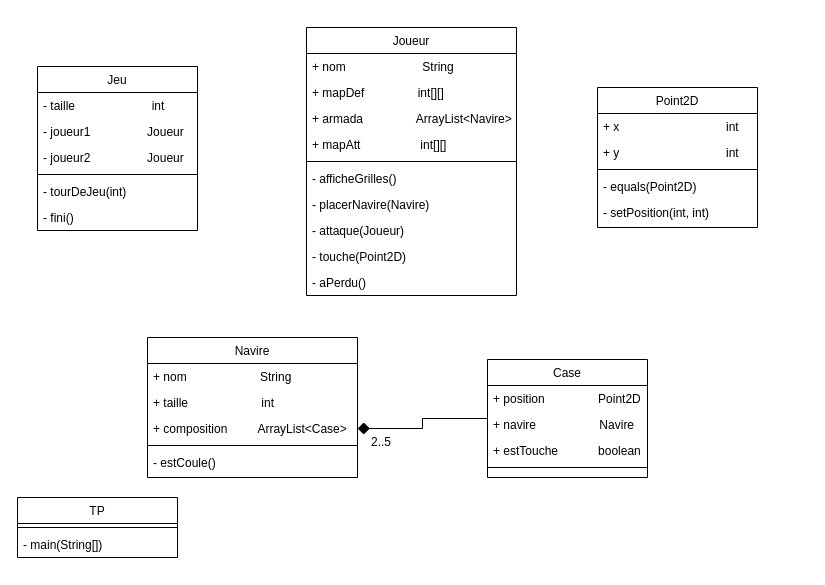
This is ClassDiagram.drawio from ECN-info-MEDEV/tp-note-ds_vianney_maxence, a draw.io file, before an edit. Source tidied: cells renumbered, new cells numbered last; positions are measured from the earlier drawing's top-left corner, leaving out a move shared by most shapes. Both pictures are drawn from the tidied source at 100%, with x=0, y=0 at pixel (17, 27).
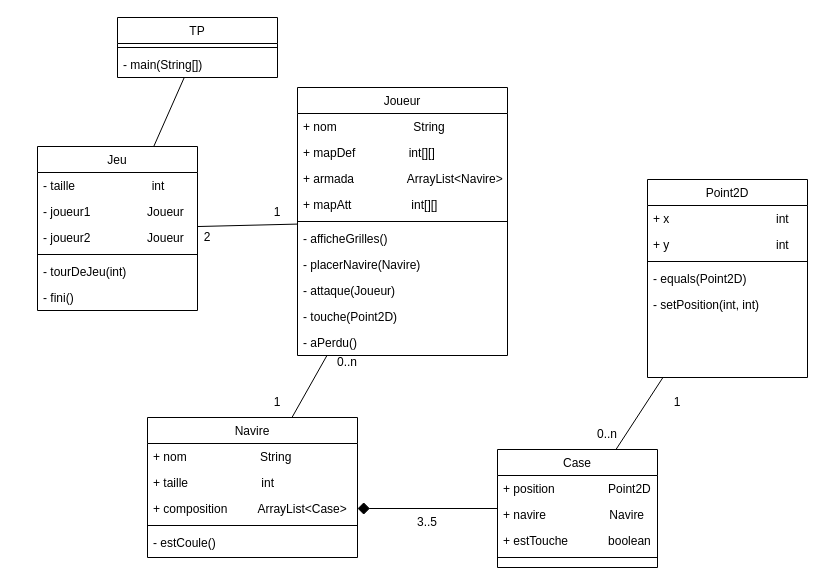
The same diagram, later.

Change to the diagram source:
```diff
@@
     <mxCell id="2" value="Jeu" style="swimlane;fontStyle=0;align=center;verticalAlign=top;horizontal=1;startSize=26;rounded=0;shadow=0;strokeWidth=1;" parent="1" vertex="1">
-      <mxGeometry x="20" y="39" width="160" height="164" as="geometry" />
+      <mxGeometry x="20" y="119" width="160" height="164" as="geometry" />
     </mxCell>
@@
     <mxCell id="9" value="Navire" style="swimlane;fontStyle=0;align=center;verticalAlign=top;horizontal=1;startSize=26;rounded=0;shadow=0;strokeWidth=1;" parent="1" vertex="1">
-      <mxGeometry x="130" y="310" width="210" height="140" as="geometry" />
+      <mxGeometry x="130" y="390" width="210" height="140" as="geometry" />
     </mxCell>
@@
     <mxCell id="15" value="Point2D" style="swimlane;fontStyle=0;align=center;verticalAlign=top;horizontal=1;startSize=26;rounded=0;shadow=0;strokeWidth=1;" parent="1" vertex="1">
-      <mxGeometry x="580" y="60" width="160" height="140" as="geometry" />
+      <mxGeometry x="630" y="152" width="160" height="198" as="geometry" />
     </mxCell>
@@
     <mxCell id="21" value="Joueur" style="swimlane;fontStyle=0;align=center;verticalAlign=top;horizontal=1;startSize=26;rounded=0;shadow=0;strokeWidth=1;" parent="1" vertex="1">
-      <mxGeometry x="289" width="210" height="268" as="geometry" />
+      <mxGeometry x="280" y="60" width="210" height="268" as="geometry" />
     </mxCell>
@@
     <mxCell id="33" value="Case" style="swimlane;fontStyle=0;align=center;verticalAlign=top;horizontal=1;startSize=26;rounded=0;shadow=0;strokeWidth=1;" parent="1" vertex="1">
-      <mxGeometry x="470" y="332" width="160" height="118" as="geometry" />
+      <mxGeometry x="480" y="422" width="160" height="118" as="geometry" />
     </mxCell>
@@
-    <mxCell id="38" value="2..5" style="text;html=1;strokeColor=none;fillColor=none;align=center;verticalAlign=middle;whiteSpace=wrap;rounded=0;" parent="1" vertex="1">
-      <mxGeometry x="334" y="400" width="60" height="30" as="geometry" />
+    <mxCell id="38" value="3..5" style="text;html=1;strokeColor=none;fillColor=none;align=center;verticalAlign=middle;whiteSpace=wrap;rounded=0;" parent="1" vertex="1">
+      <mxGeometry x="380" y="480" width="60" height="30" as="geometry" />
     </mxCell>
+    <mxCell id="42" style="edgeStyle=none;rounded=0;jettySize=auto;html=1;endArrow=none;endFill=0;" parent="1" edge="1" source="2" target="21">
+      <mxGeometry relative="1" as="geometry" />
+    </mxCell>
+    <mxCell id="43" value="1" style="text;html=1;strokeColor=none;fillColor=none;align=center;verticalAlign=middle;whiteSpace=wrap;rounded=0;" parent="1" vertex="1">
+      <mxGeometry x="230" y="170" width="60" height="30" as="geometry" />
+    </mxCell>
+    <mxCell id="44" value="2" style="text;html=1;strokeColor=none;fillColor=none;align=center;verticalAlign=middle;whiteSpace=wrap;rounded=0;" parent="1" vertex="1">
+      <mxGeometry x="160" y="195" width="60" height="30" as="geometry" />
+    </mxCell>
+    <mxCell id="45" style="endArrow=none;html=1;rounded=0;" parent="1" edge="1" source="33" target="15">
+      <mxGeometry relative="1" as="geometry" />
+    </mxCell>
+    <mxCell id="46" style="endArrow=none;html=1;rounded=0;" parent="1" edge="1" source="9" target="21">
+      <mxGeometry relative="1" as="geometry" />
+    </mxCell>
+    <mxCell id="47" value="0..n" style="text;html=1;strokeColor=none;fillColor=none;align=center;verticalAlign=middle;whiteSpace=wrap;rounded=0;" parent="1" vertex="1">
+      <mxGeometry x="300" y="320" width="60" height="30" as="geometry" />
+    </mxCell>
+    <mxCell id="48" value="1" style="text;html=1;strokeColor=none;fillColor=none;align=center;verticalAlign=middle;whiteSpace=wrap;rounded=0;" parent="1" vertex="1">
+      <mxGeometry x="230" y="360" width="60" height="30" as="geometry" />
+    </mxCell>
+    <mxCell id="49" value="1" style="text;html=1;strokeColor=none;fillColor=none;align=center;verticalAlign=middle;whiteSpace=wrap;rounded=0;" parent="1" vertex="1">
+      <mxGeometry x="630" y="360" width="60" height="30" as="geometry" />
+    </mxCell>
+    <mxCell id="50" value="0..n" style="text;html=1;strokeColor=none;fillColor=none;align=center;verticalAlign=middle;whiteSpace=wrap;rounded=0;" parent="1" vertex="1">
+      <mxGeometry x="560" y="392" width="60" height="30" as="geometry" />
+    </mxCell>
     <mxCell id="39" value="TP" style="swimlane;fontStyle=0;align=center;verticalAlign=top;horizontal=1;startSize=26;rounded=0;shadow=0;strokeWidth=1;" parent="1" vertex="1">
-      <mxGeometry y="470" width="160" height="60" as="geometry" />
+      <mxGeometry x="100" y="-10" width="160" height="60" as="geometry" />
     </mxCell>
@@
+    <mxCell id="51" style="endArrow=none;html=1;rounded=0;" parent="1" edge="1" source="2" target="39">
+      <mxGeometry relative="1" as="geometry" />
+    </mxCell>
```
